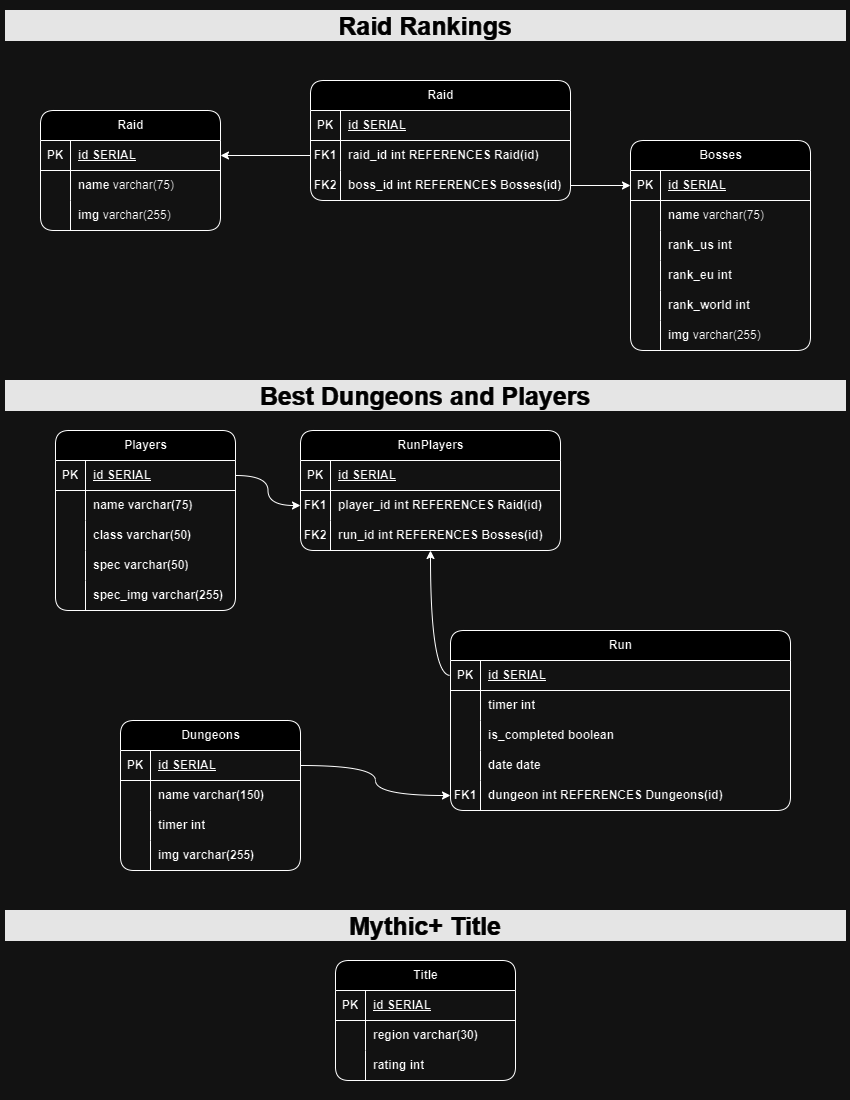
The draw.io diagram assets/entities-relationship.drawio.png in equix1/wow-info, before a commit. Source tidied: cells renumbered, new cells last; positions are measured from the earlier drawing's top-left corner, leaving out a move shared by most shapes.
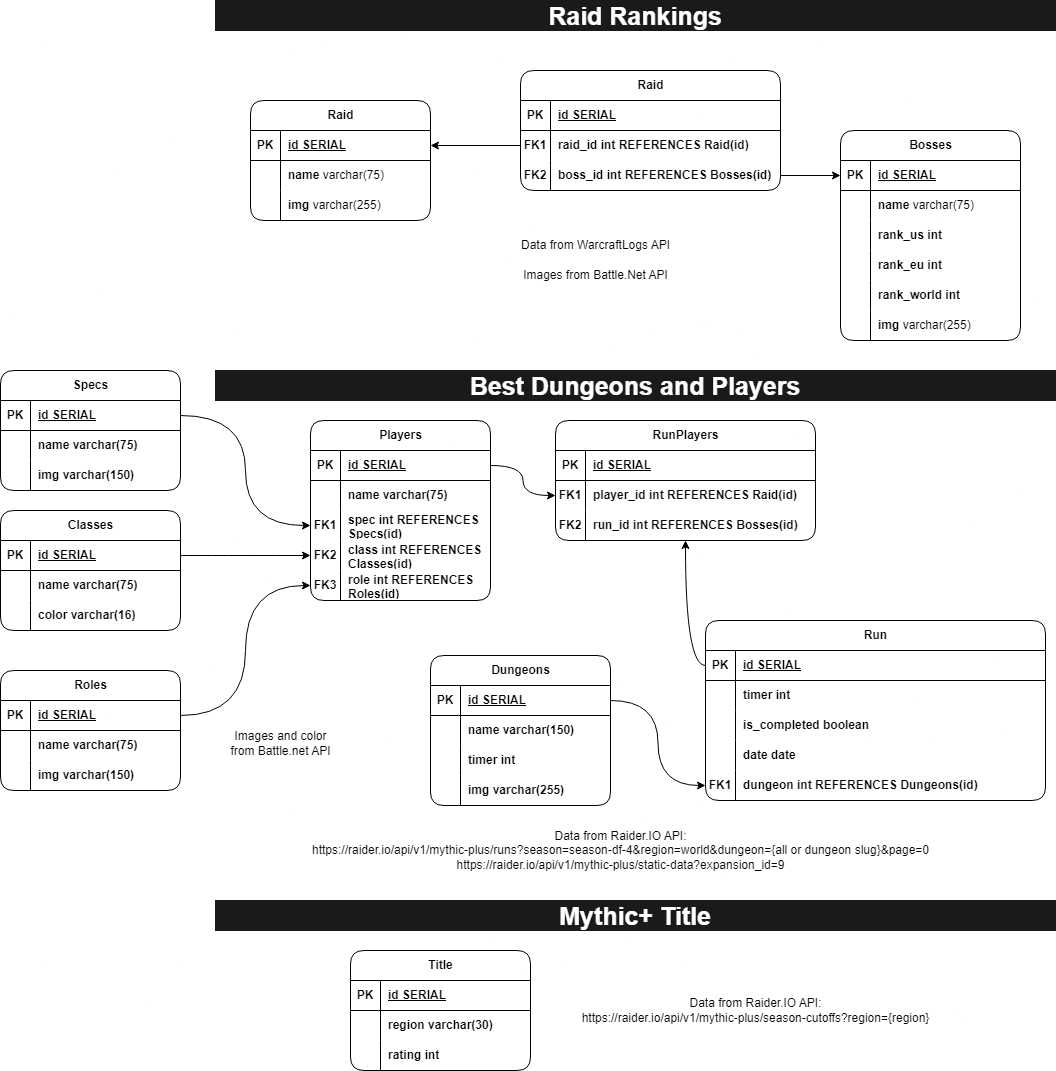
Later version of the same file.

Change to the diagram source:
```diff
@@ -126,7 +126,7 @@
       <mxGeometry relative="1" as="geometry" />
     </mxCell>
     <mxCell id="43" value="Title" style="shape=table;startSize=30;rowLines=0;fontStyle=1;align=center;html=1;rounded=1;" parent="1" vertex="1">
-      <mxGeometry x="330" y="950" width="180" height="120" as="geometry" />
+      <mxGeometry x="135" y="950" width="180" height="120" as="geometry" />
     </mxCell>
     <mxCell id="44" style="shape=tableRow;horizontal=0;startSize=0;swimlaneHead=0;swimlaneBody=0;fillColor=none;top=0;left=0;right=0;bottom=1;" parent="43" vertex="1">
       <mxGeometry y="30" width="180" height="30" as="geometry" />
@@ -156,7 +156,7 @@
       <mxGeometry x="30" width="150" height="30" as="geometry" />
     </mxCell>
     <mxCell id="53" value="Run" style="shape=table;startSize=30;rowLines=0;fontStyle=1;align=center;html=1;rounded=1;" parent="1" vertex="1">
-      <mxGeometry x="445" y="620" width="340" height="180" as="geometry" />
+      <mxGeometry x="490" y="620" width="340" height="180" as="geometry" />
     </mxCell>
     <mxCell id="54" style="shape=tableRow;horizontal=0;startSize=0;swimlaneHead=0;swimlaneBody=0;fillColor=none;points=[[0,0.5],[1,0.5]];portConstraint=eastwest;top=0;left=0;right=0;bottom=1;" parent="53" vertex="1">
       <mxGeometry y="30" width="340" height="30" as="geometry" />
@@ -204,7 +204,7 @@
       <mxGeometry x="30" width="310" height="30" as="geometry" />
     </mxCell>
     <mxCell id="69" value="Players" style="shape=table;startSize=30;rowLines=0;fontStyle=1;align=center;html=1;rounded=1;" parent="1" vertex="1">
-      <mxGeometry x="50" y="420" width="180" height="180" as="geometry" />
+      <mxGeometry x="95" y="420" width="180" height="180" as="geometry" />
     </mxCell>
     <mxCell id="70" style="shape=tableRow;horizontal=0;startSize=0;swimlaneHead=0;swimlaneBody=0;fillColor=none;points=[[0,0.5],[1,0.5]];portConstraint=eastwest;top=0;left=0;right=0;bottom=1;" parent="69" vertex="1">
       <mxGeometry y="30" width="180" height="30" as="geometry" />
@@ -224,35 +224,35 @@
     <mxCell id="75" value="name &lt;span style=&quot;&quot;&gt;varchar(75)&amp;nbsp;&lt;/span&gt;" style="shape=partialRectangle;fillColor=none;top=0;left=0;bottom=0;right=0;align=left;spacingLeft=6;overflow=hidden;whiteSpace=wrap;html=1;fontStyle=1;" parent="73" vertex="1">
       <mxGeometry x="30" width="150" height="30" as="geometry" />
     </mxCell>
-    <mxCell id="76" style="shape=tableRow;horizontal=0;startSize=0;swimlaneHead=0;swimlaneBody=0;fillColor=none;top=0;left=0;right=0;bottom=0;" parent="69" vertex="1">
-      <mxGeometry y="90" width="180" height="30" as="geometry" />
-    </mxCell>
-    <mxCell id="77" style="shape=partialRectangle;fillColor=none;top=0;left=0;bottom=0;right=0;overflow=hidden;whiteSpace=wrap;html=1;" parent="76" vertex="1">
-      <mxGeometry width="30" height="30" as="geometry" />
-    </mxCell>
-    <mxCell id="78" value="class varchar(50)" style="shape=partialRectangle;fillColor=none;top=0;left=0;bottom=0;right=0;align=left;spacingLeft=6;overflow=hidden;whiteSpace=wrap;html=1;fontStyle=1;" parent="76" vertex="1">
-      <mxGeometry x="30" width="150" height="30" as="geometry" />
-    </mxCell>
     <mxCell id="79" style="shape=tableRow;horizontal=0;startSize=0;swimlaneHead=0;swimlaneBody=0;fillColor=none;points=[[0,0.5],[1,0.5]];portConstraint=eastwest;top=0;left=0;right=0;bottom=0;" parent="69" vertex="1">
-      <mxGeometry y="120" width="180" height="30" as="geometry" />
+      <mxGeometry y="90" width="180" height="30" as="geometry" />
     </mxCell>
-    <mxCell id="80" style="shape=partialRectangle;fillColor=none;top=0;left=0;bottom=0;right=0;overflow=hidden;whiteSpace=wrap;html=1;" parent="79" vertex="1">
+    <mxCell id="80" value="FK1" style="shape=partialRectangle;fillColor=none;top=0;left=0;bottom=0;right=0;overflow=hidden;whiteSpace=wrap;html=1;fontStyle=1;" parent="79" vertex="1">
       <mxGeometry width="30" height="30" as="geometry" />
     </mxCell>
-    <mxCell id="81" value="spec varchar(50)" style="shape=partialRectangle;fillColor=none;top=0;left=0;bottom=0;right=0;align=left;spacingLeft=6;overflow=hidden;whiteSpace=wrap;html=1;fontStyle=1;" parent="79" vertex="1">
+    <mxCell id="81" value="spec int REFERENCES Specs(id)" style="shape=partialRectangle;fillColor=none;top=0;left=0;bottom=0;right=0;align=left;spacingLeft=6;overflow=hidden;whiteSpace=wrap;html=1;fontStyle=1;" parent="79" vertex="1">
       <mxGeometry x="30" width="150" height="30" as="geometry" />
     </mxCell>
+    <mxCell id="114" style="shape=tableRow;horizontal=0;startSize=0;swimlaneHead=0;swimlaneBody=0;fillColor=none;points=[[0,0.5],[1,0.5]];portConstraint=eastwest;top=0;left=0;right=0;bottom=0;" parent="69" vertex="1">
+      <mxGeometry y="120" width="180" height="30" as="geometry" />
+    </mxCell>
+    <mxCell id="115" value="FK2" style="shape=partialRectangle;fillColor=none;top=0;left=0;bottom=0;right=0;overflow=hidden;whiteSpace=wrap;html=1;fontStyle=1;" parent="114" vertex="1">
+      <mxGeometry width="30" height="30" as="geometry" />
+    </mxCell>
+    <mxCell id="116" value="class int REFERENCES Classes(id)" style="shape=partialRectangle;fillColor=none;top=0;left=0;bottom=0;right=0;align=left;spacingLeft=6;overflow=hidden;whiteSpace=wrap;html=1;fontStyle=1;" parent="114" vertex="1">
+      <mxGeometry x="30" width="150" height="30" as="geometry" />
+    </mxCell>
     <mxCell id="82" style="shape=tableRow;horizontal=0;startSize=0;swimlaneHead=0;swimlaneBody=0;fillColor=none;points=[[0,0.5],[1,0.5]];portConstraint=eastwest;top=0;left=0;right=0;bottom=0;" parent="69" vertex="1">
       <mxGeometry y="150" width="180" height="30" as="geometry" />
     </mxCell>
-    <mxCell id="83" style="shape=partialRectangle;fillColor=none;top=0;left=0;bottom=0;right=0;overflow=hidden;whiteSpace=wrap;html=1;" parent="82" vertex="1">
-      <mxGeometry width="30" height="30" as="geometry" />
-    </mxCell>
-    <mxCell id="84" value="spec_img &lt;span style=&quot;&quot;&gt;varchar(255)&lt;/span&gt;" style="shape=partialRectangle;fillColor=none;top=0;left=0;bottom=0;right=0;align=left;spacingLeft=6;overflow=hidden;whiteSpace=wrap;html=1;fontStyle=1;" parent="82" vertex="1">
-      <mxGeometry x="30" width="150" height="30" as="geometry" />
-    </mxCell>
+    <mxCell id="117" value="FK3" style="shape=partialRectangle;fillColor=none;top=0;left=0;bottom=0;right=0;overflow=hidden;whiteSpace=wrap;html=1;fontStyle=1;" parent="82" vertex="1">
+      <mxGeometry width="30" height="30" as="geometry" />
+    </mxCell>
+    <mxCell id="118" value="role int REFERENCES Roles(id)" style="shape=partialRectangle;fillColor=none;top=0;left=0;bottom=0;right=0;align=left;spacingLeft=6;overflow=hidden;whiteSpace=wrap;html=1;fontStyle=1;" parent="82" vertex="1">
+      <mxGeometry x="30" width="150" height="30" as="geometry" />
+    </mxCell>
     <mxCell id="85" value="RunPlayers" style="shape=table;startSize=30;rowLines=0;fontStyle=1;align=center;html=1;rounded=1;" parent="1" vertex="1">
-      <mxGeometry x="295" y="420" width="260" height="120" as="geometry" />
+      <mxGeometry x="340" y="420" width="260" height="120" as="geometry" />
     </mxCell>
     <mxCell id="86" style="shape=tableRow;horizontal=0;startSize=0;swimlaneHead=0;swimlaneBody=0;fillColor=none;top=0;left=0;right=0;bottom=1;" parent="85" vertex="1">
       <mxGeometry y="30" width="260" height="30" as="geometry" />
@@ -282,7 +282,7 @@
       <mxGeometry x="30" width="230" height="30" as="geometry" />
     </mxCell>
     <mxCell id="95" value="Dungeons" style="shape=table;startSize=30;rowLines=0;fontStyle=1;align=center;html=1;rounded=1;" parent="1" vertex="1">
-      <mxGeometry x="115" y="710" width="180" height="150" as="geometry" />
+      <mxGeometry x="215" y="655" width="180" height="150" as="geometry" />
     </mxCell>
     <mxCell id="96" style="shape=tableRow;horizontal=0;startSize=0;swimlaneHead=0;swimlaneBody=0;fillColor=none;points=[[0,0.5],[1,0.5]];portConstraint=eastwest;top=0;left=0;right=0;bottom=1;" parent="95" vertex="1">
       <mxGeometry y="30" width="180" height="30" as="geometry" />
@@ -338,5 +338,119 @@
     <mxCell id="113" style="edgeStyle=orthogonalEdgeStyle;rounded=0;jettySize=auto;html=1;exitX=1;exitY=0.5;exitDx=0;exitDy=0;entryX=0;entryY=0.5;entryDx=0;entryDy=0;curved=1;" parent="1" edge="1" source="96" target="66">
       <mxGeometry relative="1" as="geometry" />
     </mxCell>
+    <mxCell id="119" value="Classes" style="shape=table;startSize=30;rowLines=0;fontStyle=1;align=center;html=1;rounded=1;" parent="1" vertex="1">
+      <mxGeometry x="-215" y="510" width="180" height="120" as="geometry" />
+    </mxCell>
+    <mxCell id="120" style="shape=tableRow;horizontal=0;startSize=0;swimlaneHead=0;swimlaneBody=0;fillColor=none;points=[[0,0.5],[1,0.5]];portConstraint=eastwest;top=0;left=0;right=0;bottom=1;" parent="119" vertex="1">
+      <mxGeometry y="30" width="180" height="30" as="geometry" />
+    </mxCell>
+    <mxCell id="121" value="PK" style="shape=partialRectangle;fillColor=none;top=0;left=0;bottom=0;right=0;fontStyle=1;overflow=hidden;whiteSpace=wrap;html=1;" parent="120" vertex="1">
+      <mxGeometry width="30" height="30" as="geometry" />
+    </mxCell>
+    <mxCell id="122" value="id SERIAL" style="shape=partialRectangle;fillColor=none;top=0;left=0;bottom=0;right=0;align=left;spacingLeft=6;fontStyle=5;overflow=hidden;whiteSpace=wrap;html=1;" parent="120" vertex="1">
+      <mxGeometry x="30" width="150" height="30" as="geometry" />
+    </mxCell>
+    <mxCell id="123" style="shape=tableRow;horizontal=0;startSize=0;swimlaneHead=0;swimlaneBody=0;fillColor=none;top=0;left=0;right=0;bottom=0;" parent="119" vertex="1">
+      <mxGeometry y="60" width="180" height="30" as="geometry" />
+    </mxCell>
+    <mxCell id="124" style="shape=partialRectangle;fillColor=none;top=0;left=0;bottom=0;right=0;overflow=hidden;whiteSpace=wrap;html=1;" parent="123" vertex="1">
+      <mxGeometry width="30" height="30" as="geometry" />
+    </mxCell>
+    <mxCell id="125" value="name &lt;span style=&quot;&quot;&gt;varchar(75)&amp;nbsp;&lt;/span&gt;" style="shape=partialRectangle;fillColor=none;top=0;left=0;bottom=0;right=0;align=left;spacingLeft=6;overflow=hidden;whiteSpace=wrap;html=1;fontStyle=1;" parent="123" vertex="1">
+      <mxGeometry x="30" width="150" height="30" as="geometry" />
+    </mxCell>
+    <mxCell id="126" style="shape=tableRow;horizontal=0;startSize=0;swimlaneHead=0;swimlaneBody=0;fillColor=none;top=0;left=0;right=0;bottom=0;" parent="119" vertex="1">
+      <mxGeometry y="90" width="180" height="30" as="geometry" />
+    </mxCell>
+    <mxCell id="127" style="shape=partialRectangle;fillColor=none;top=0;left=0;bottom=0;right=0;overflow=hidden;whiteSpace=wrap;html=1;" parent="126" vertex="1">
+      <mxGeometry width="30" height="30" as="geometry" />
+    </mxCell>
+    <mxCell id="128" value="color&amp;nbsp;&lt;span style=&quot;&quot;&gt;varchar(16)&lt;/span&gt;" style="shape=partialRectangle;fillColor=none;top=0;left=0;bottom=0;right=0;align=left;spacingLeft=6;overflow=hidden;whiteSpace=wrap;html=1;fontStyle=1;" parent="126" vertex="1">
+      <mxGeometry x="30" width="150" height="30" as="geometry" />
+    </mxCell>
+    <mxCell id="129" value="Specs" style="shape=table;startSize=30;rowLines=0;fontStyle=1;align=center;html=1;rounded=1;" parent="1" vertex="1">
+      <mxGeometry x="-215" y="370" width="180" height="120" as="geometry" />
+    </mxCell>
+    <mxCell id="130" style="shape=tableRow;horizontal=0;startSize=0;swimlaneHead=0;swimlaneBody=0;fillColor=none;points=[[0,0.5],[1,0.5]];portConstraint=eastwest;top=0;left=0;right=0;bottom=1;" parent="129" vertex="1">
+      <mxGeometry y="30" width="180" height="30" as="geometry" />
+    </mxCell>
+    <mxCell id="131" value="PK" style="shape=partialRectangle;fillColor=none;top=0;left=0;bottom=0;right=0;fontStyle=1;overflow=hidden;whiteSpace=wrap;html=1;" parent="130" vertex="1">
+      <mxGeometry width="30" height="30" as="geometry" />
+    </mxCell>
+    <mxCell id="132" value="id SERIAL" style="shape=partialRectangle;fillColor=none;top=0;left=0;bottom=0;right=0;align=left;spacingLeft=6;fontStyle=5;overflow=hidden;whiteSpace=wrap;html=1;" parent="130" vertex="1">
+      <mxGeometry x="30" width="150" height="30" as="geometry" />
+    </mxCell>
+    <mxCell id="133" style="shape=tableRow;horizontal=0;startSize=0;swimlaneHead=0;swimlaneBody=0;fillColor=none;top=0;left=0;right=0;bottom=0;" parent="129" vertex="1">
+      <mxGeometry y="60" width="180" height="30" as="geometry" />
+    </mxCell>
+    <mxCell id="134" style="shape=partialRectangle;fillColor=none;top=0;left=0;bottom=0;right=0;overflow=hidden;whiteSpace=wrap;html=1;" parent="133" vertex="1">
+      <mxGeometry width="30" height="30" as="geometry" />
+    </mxCell>
+    <mxCell id="135" value="name &lt;span style=&quot;&quot;&gt;varchar(75)&amp;nbsp;&lt;/span&gt;" style="shape=partialRectangle;fillColor=none;top=0;left=0;bottom=0;right=0;align=left;spacingLeft=6;overflow=hidden;whiteSpace=wrap;html=1;fontStyle=1;" parent="133" vertex="1">
+      <mxGeometry x="30" width="150" height="30" as="geometry" />
+    </mxCell>
+    <mxCell id="136" style="shape=tableRow;horizontal=0;startSize=0;swimlaneHead=0;swimlaneBody=0;fillColor=none;top=0;left=0;right=0;bottom=0;" parent="129" vertex="1">
+      <mxGeometry y="90" width="180" height="30" as="geometry" />
+    </mxCell>
+    <mxCell id="137" style="shape=partialRectangle;fillColor=none;top=0;left=0;bottom=0;right=0;overflow=hidden;whiteSpace=wrap;html=1;" parent="136" vertex="1">
+      <mxGeometry width="30" height="30" as="geometry" />
+    </mxCell>
+    <mxCell id="138" value="img varchar(150)" style="shape=partialRectangle;fillColor=none;top=0;left=0;bottom=0;right=0;align=left;spacingLeft=6;overflow=hidden;whiteSpace=wrap;html=1;fontStyle=1;" parent="136" vertex="1">
+      <mxGeometry x="30" width="150" height="30" as="geometry" />
+    </mxCell>
+    <mxCell id="139" style="edgeStyle=orthogonalEdgeStyle;rounded=0;jettySize=auto;html=1;exitX=1;exitY=0.5;exitDx=0;exitDy=0;entryX=0;entryY=0.5;entryDx=0;entryDy=0;curved=1;" parent="1" edge="1" source="130" target="79">
+      <mxGeometry relative="1" as="geometry" />
+    </mxCell>
+    <mxCell id="140" style="edgeStyle=orthogonalEdgeStyle;rounded=0;jettySize=auto;html=1;exitX=1;exitY=0.5;exitDx=0;exitDy=0;entryX=0;entryY=0.5;entryDx=0;entryDy=0;curved=1;" parent="1" edge="1" source="120" target="114">
+      <mxGeometry relative="1" as="geometry" />
+    </mxCell>
+    <mxCell id="141" value="Roles" style="shape=table;startSize=30;rowLines=0;fontStyle=1;align=center;html=1;rounded=1;" parent="1" vertex="1">
+      <mxGeometry x="-215" y="670" width="180" height="120" as="geometry" />
+    </mxCell>
+    <mxCell id="142" style="shape=tableRow;horizontal=0;startSize=0;swimlaneHead=0;swimlaneBody=0;fillColor=none;points=[[0,0.5],[1,0.5]];portConstraint=eastwest;top=0;left=0;right=0;bottom=1;" parent="141" vertex="1">
+      <mxGeometry y="30" width="180" height="30" as="geometry" />
+    </mxCell>
+    <mxCell id="143" value="PK" style="shape=partialRectangle;fillColor=none;top=0;left=0;bottom=0;right=0;fontStyle=1;overflow=hidden;whiteSpace=wrap;html=1;" parent="142" vertex="1">
+      <mxGeometry width="30" height="30" as="geometry" />
+    </mxCell>
+    <mxCell id="144" value="id SERIAL" style="shape=partialRectangle;fillColor=none;top=0;left=0;bottom=0;right=0;align=left;spacingLeft=6;fontStyle=5;overflow=hidden;whiteSpace=wrap;html=1;" parent="142" vertex="1">
+      <mxGeometry x="30" width="150" height="30" as="geometry" />
+    </mxCell>
+    <mxCell id="145" style="shape=tableRow;horizontal=0;startSize=0;swimlaneHead=0;swimlaneBody=0;fillColor=none;top=0;left=0;right=0;bottom=0;" parent="141" vertex="1">
+      <mxGeometry y="60" width="180" height="30" as="geometry" />
+    </mxCell>
+    <mxCell id="146" style="shape=partialRectangle;fillColor=none;top=0;left=0;bottom=0;right=0;overflow=hidden;whiteSpace=wrap;html=1;" parent="145" vertex="1">
+      <mxGeometry width="30" height="30" as="geometry" />
+    </mxCell>
+    <mxCell id="147" value="name &lt;span style=&quot;&quot;&gt;varchar(75)&amp;nbsp;&lt;/span&gt;" style="shape=partialRectangle;fillColor=none;top=0;left=0;bottom=0;right=0;align=left;spacingLeft=6;overflow=hidden;whiteSpace=wrap;html=1;fontStyle=1;" parent="145" vertex="1">
+      <mxGeometry x="30" width="150" height="30" as="geometry" />
+    </mxCell>
+    <mxCell id="148" style="shape=tableRow;horizontal=0;startSize=0;swimlaneHead=0;swimlaneBody=0;fillColor=none;top=0;left=0;right=0;bottom=0;" parent="141" vertex="1">
+      <mxGeometry y="90" width="180" height="30" as="geometry" />
+    </mxCell>
+    <mxCell id="149" style="shape=partialRectangle;fillColor=none;top=0;left=0;bottom=0;right=0;overflow=hidden;whiteSpace=wrap;html=1;" parent="148" vertex="1">
+      <mxGeometry width="30" height="30" as="geometry" />
+    </mxCell>
+    <mxCell id="150" value="img&amp;nbsp;&lt;span style=&quot;&quot;&gt;varchar(150)&lt;/span&gt;" style="shape=partialRectangle;fillColor=none;top=0;left=0;bottom=0;right=0;align=left;spacingLeft=6;overflow=hidden;whiteSpace=wrap;html=1;fontStyle=1;" parent="148" vertex="1">
+      <mxGeometry x="30" width="150" height="30" as="geometry" />
+    </mxCell>
+    <mxCell id="151" style="edgeStyle=orthogonalEdgeStyle;rounded=0;jettySize=auto;html=1;exitX=1;exitY=0.5;exitDx=0;exitDy=0;entryX=0;entryY=0.5;entryDx=0;entryDy=0;curved=1;" parent="1" edge="1" source="142" target="82">
+      <mxGeometry relative="1" as="geometry" />
+    </mxCell>
+    <mxCell id="152" value="Data from Raider.IO API:&lt;br&gt;https://raider.io/api/v1/mythic-plus/season-cutoffs?region={region}" style="text;html=1;align=center;verticalAlign=middle;strokeColor=none;fillColor=none;" parent="1" vertex="1">
+      <mxGeometry x="355" y="990" width="370" height="40" as="geometry" />
+    </mxCell>
+    <mxCell id="153" value="Data from WarcraftLogs API" style="text;html=1;align=center;verticalAlign=middle;strokeColor=none;fillColor=none;" parent="1" vertex="1">
+      <mxGeometry x="295" y="230" width="170" height="30" as="geometry" />
+    </mxCell>
+    <mxCell id="154" value="Data from Raider.IO API:&lt;div&gt;https://raider.io/api/v1/mythic-plus/runs?season=season-df-4&amp;amp;region=world&amp;amp;dungeon={all or dungeon slug}&amp;amp;page=0&lt;br&gt;&lt;/div&gt;&lt;div&gt;https://raider.io/api/v1/mythic-plus/static-data?expansion_id=9&lt;br&gt;&lt;/div&gt;" style="text;html=1;align=center;verticalAlign=middle;strokeColor=none;fillColor=none;" parent="1" vertex="1">
+      <mxGeometry x="85" y="820" width="640" height="60" as="geometry" />
+    </mxCell>
+    <mxCell id="155" value="Images from Battle.Net API" style="text;html=1;align=center;verticalAlign=middle;strokeColor=none;fillColor=none;" parent="1" vertex="1">
+      <mxGeometry x="295" y="260" width="170" height="30" as="geometry" />
+    </mxCell>
+    <mxCell id="156" value="Images and color &lt;br&gt;from Battle.net API" style="text;html=1;align=center;verticalAlign=middle;strokeColor=none;fillColor=none;" parent="1" vertex="1">
+      <mxGeometry x="5" y="723" width="120" height="40" as="geometry" />
+    </mxCell>
   </root>
 </mxGraphModel>
```
